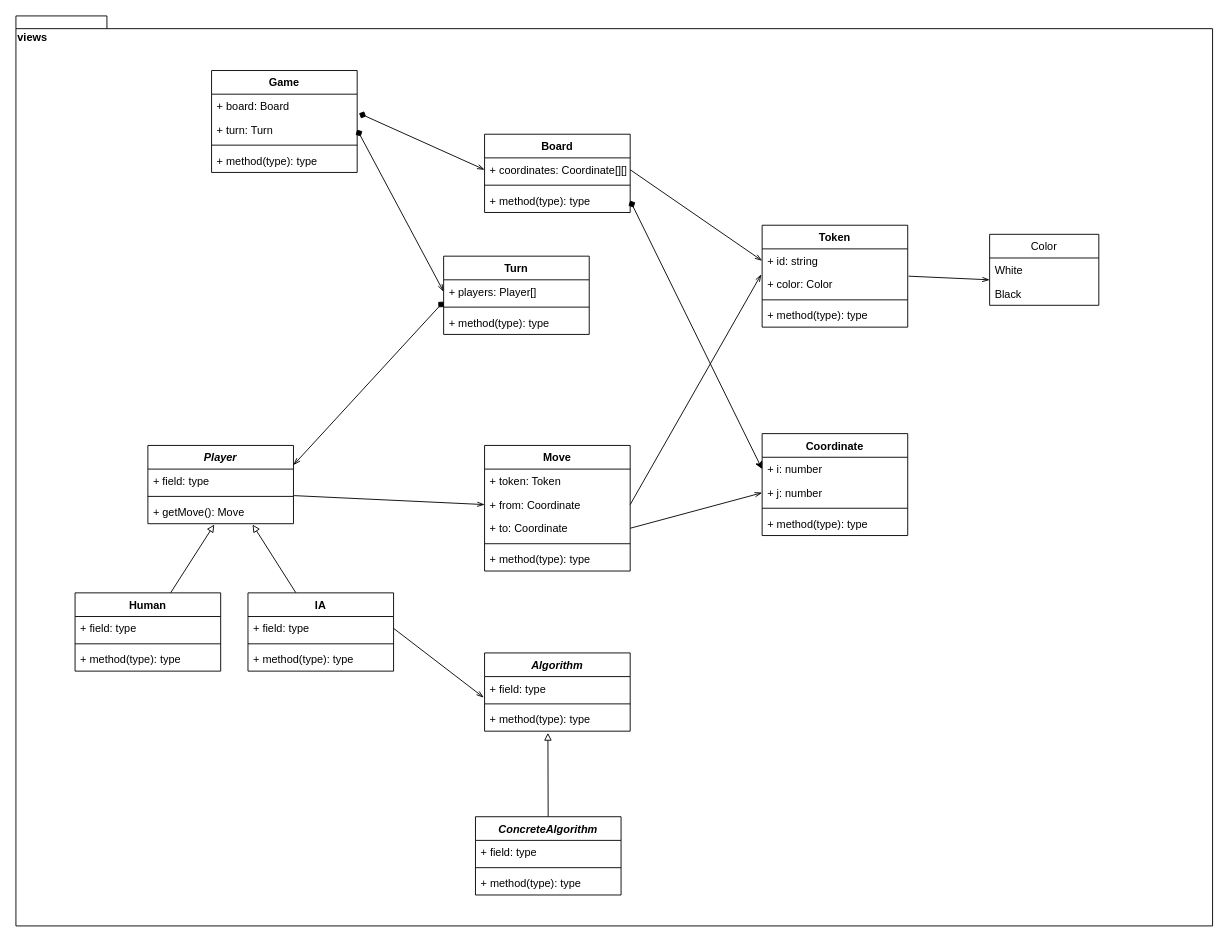
Earlier version of the draw.io diagram page "UML" (1 of 2) of UML.drawio (Master-Desarrollo-20-21/patrones-diseno---practica-final---juego-de-las-damas-fraylopez). Source tidied: cells renumbered, new cells numbered last; positions are measured from the earlier drawing's top-left corner, leaving out a move shared by most shapes. Both pictures are drawn from the tidied source at 91%, with x=0, y=0 at pixel (15, 15).
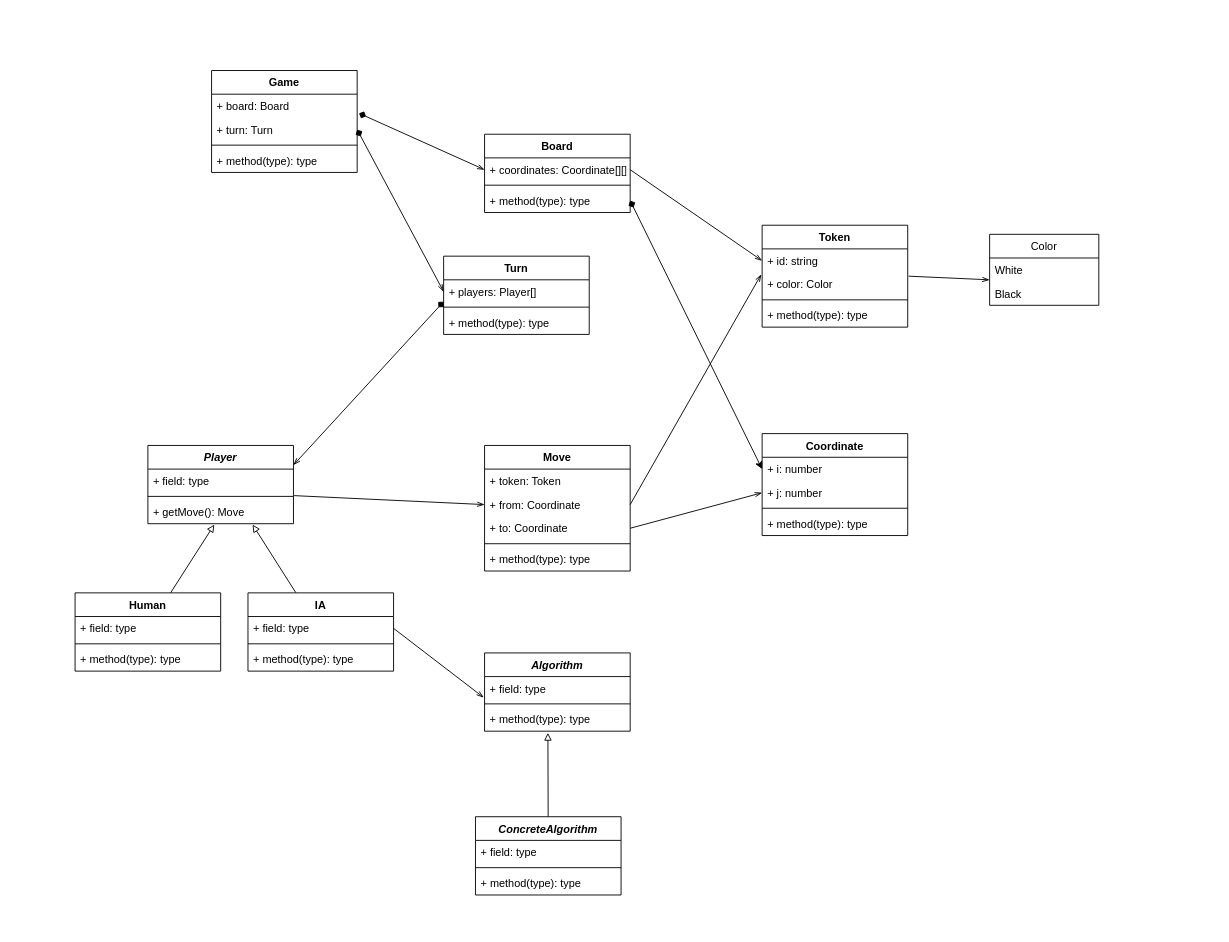
Above is the later version.

Diff of the diagram source:
```diff
@@
-    <mxCell id="2" value="views" style="shape=folder;fontStyle=1;spacingTop=10;tabWidth=40;tabHeight=14;tabPosition=left;html=1;verticalAlign=top;align=left;" parent="1" vertex="1">
-      <mxGeometry width="1315" height="1000" as="geometry" />
-    </mxCell>
```
